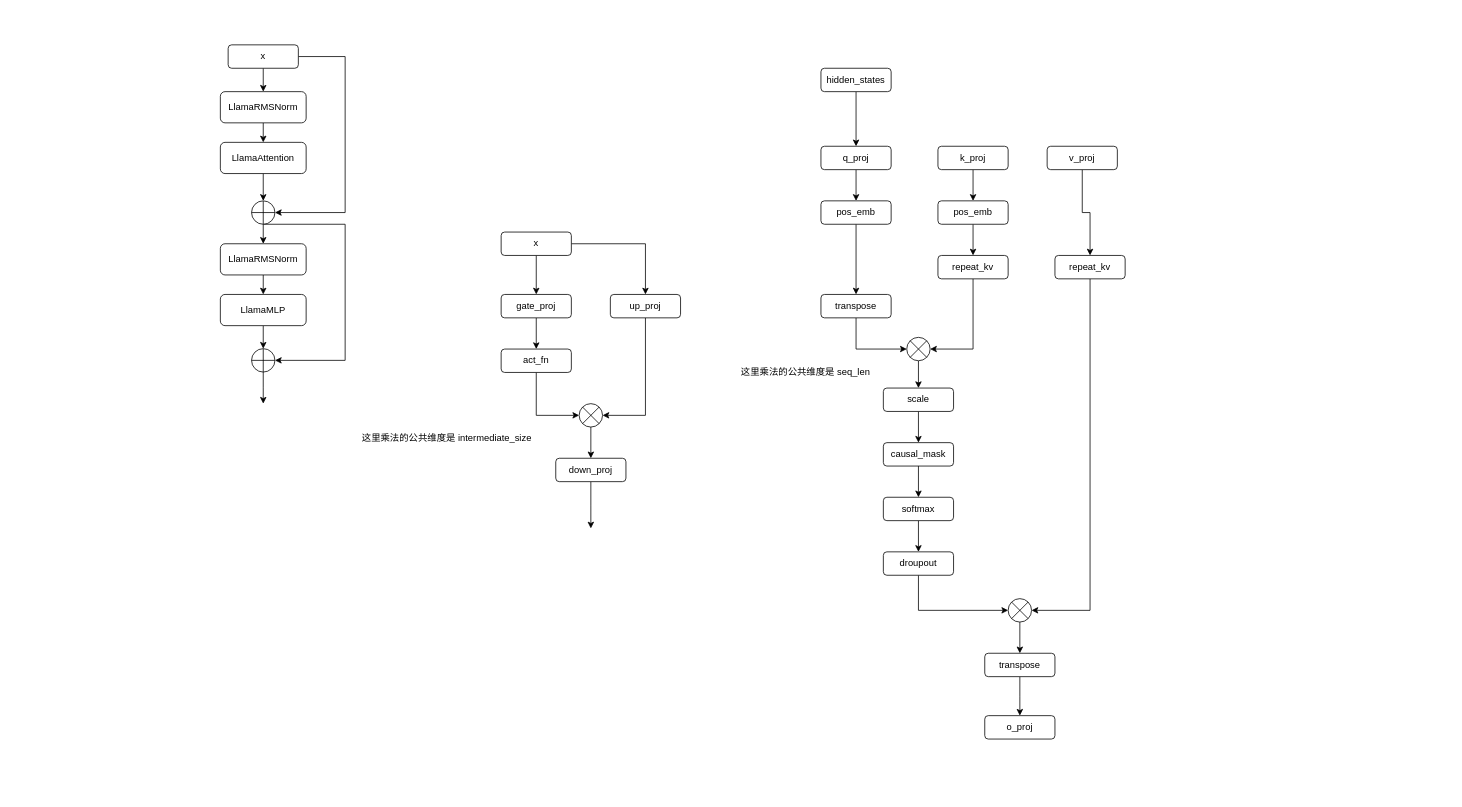
wanakiki/transformers keeps this draw.io diagram as page "第 1 页" (1 of 2) of src/transformers/models/llama/llama-arch.drawio. Above is the earlier version. Source tidied: cells renumbered, new cells numbered last; positions are measured from the earlier drawing's top-left corner, leaving out a move shared by most shapes. Both pictures are drawn from the tidied source at 78%, with x=0, y=0 at pixel (220, 44).
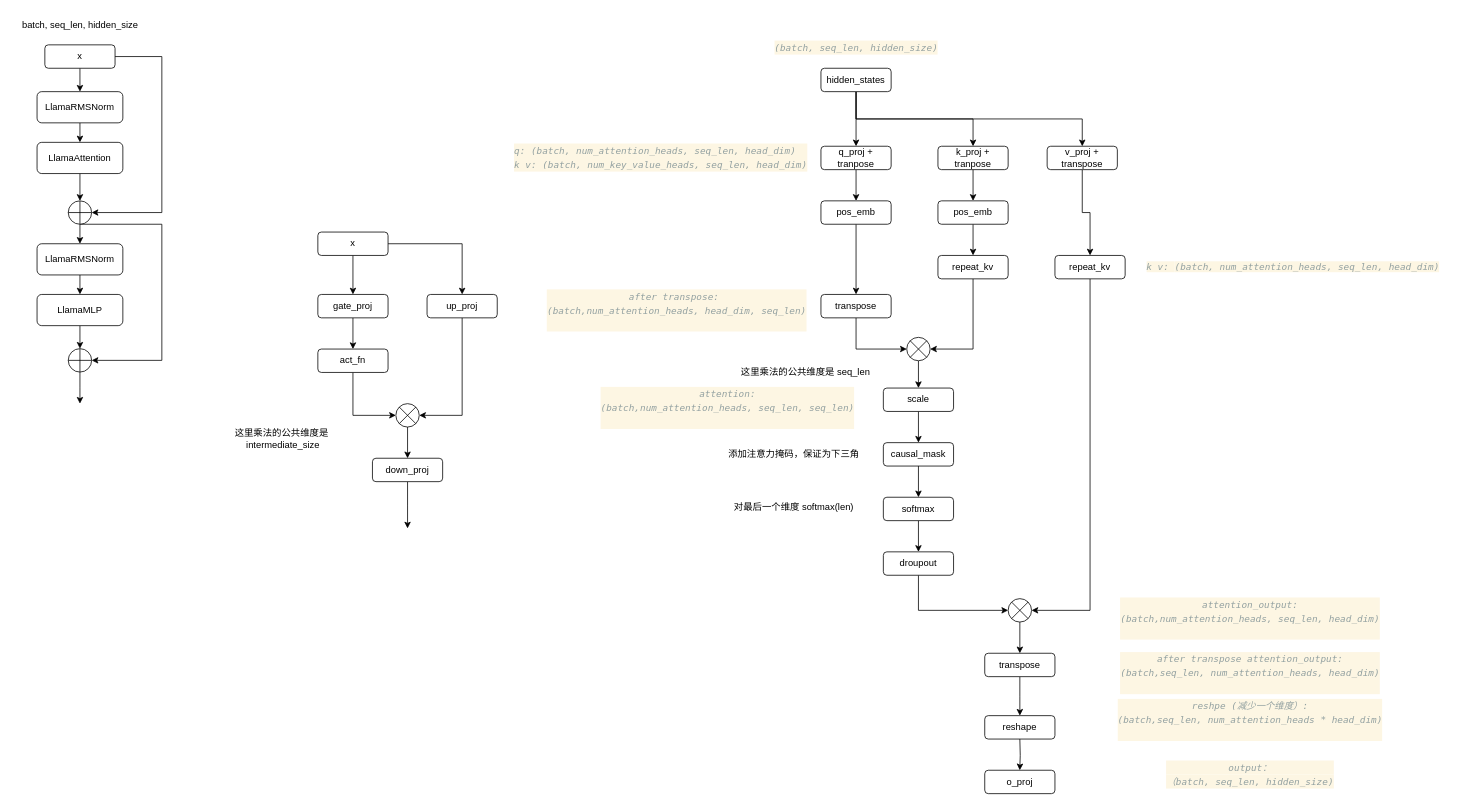
Above is the later version.

The change refers to these unchanged cells:
```xml
<mxCell id="32" value="hidden_states" style="rounded=1;whiteSpace=wrap;html=1;" parent="1" vertex="1">
  <mxGeometry x="770" y="30" width="90" height="30" as="geometry" />
</mxCell>
```

Change to the diagram source:
```diff
@@
     <mxCell id="3" style="edgeStyle=orthogonalEdgeStyle;rounded=0;jettySize=auto;html=1;exitX=1;exitY=0.5;exitDx=0;exitDy=0;entryX=1;entryY=0.5;entryDx=0;entryDy=0;" parent="1" edge="1" source="4" target="15">
       <mxGeometry relative="1" as="geometry">
         <Array as="points">
-          <mxPoint x="160" y="15" />
-          <mxPoint x="160" y="215" />
+          <mxPoint x="-75" y="15" />
+          <mxPoint x="-75" y="215" />
         </Array>
       </mxGeometry>
     </mxCell>
     <mxCell id="4" value="x" style="rounded=1;whiteSpace=wrap;html=1;" parent="1" vertex="1">
-      <mxGeometry x="10" width="90" height="30" as="geometry" />
+      <mxGeometry x="-225" width="90" height="30" as="geometry" />
     </mxCell>
@@
     <mxCell id="6" value="LlamaRMSNorm" style="rounded=1;whiteSpace=wrap;html=1;" parent="1" vertex="1">
-      <mxGeometry y="60" width="110" height="40" as="geometry" />
+      <mxGeometry x="-235" y="60" width="110" height="40" as="geometry" />
     </mxCell>
@@
     <mxCell id="8" value="LlamaAttention" style="rounded=1;whiteSpace=wrap;html=1;" parent="1" vertex="1">
-      <mxGeometry y="125" width="110" height="40" as="geometry" />
+      <mxGeometry x="-235" y="125" width="110" height="40" as="geometry" />
     </mxCell>
@@
     <mxCell id="10" value="LlamaMLP" style="rounded=1;whiteSpace=wrap;html=1;" parent="1" vertex="1">
-      <mxGeometry y="320" width="110" height="40" as="geometry" />
+      <mxGeometry x="-235" y="320" width="110" height="40" as="geometry" />
     </mxCell>
@@
     <mxCell id="12" value="LlamaRMSNorm" style="rounded=1;whiteSpace=wrap;html=1;" parent="1" vertex="1">
-      <mxGeometry y="255" width="110" height="40" as="geometry" />
+      <mxGeometry x="-235" y="255" width="110" height="40" as="geometry" />
     </mxCell>
@@
     <mxCell id="14" style="edgeStyle=orthogonalEdgeStyle;rounded=0;jettySize=auto;html=1;exitX=0.5;exitY=1;exitDx=0;exitDy=0;entryX=1;entryY=0.5;entryDx=0;entryDy=0;" parent="1" edge="1" source="15" target="17">
       <mxGeometry relative="1" as="geometry">
         <Array as="points">
-          <mxPoint x="160" y="230" />
-          <mxPoint x="160" y="405" />
+          <mxPoint x="-75" y="230" />
+          <mxPoint x="-75" y="405" />
         </Array>
       </mxGeometry>
     </mxCell>
     <mxCell id="15" style="shape=orEllipse;perimeter=ellipsePerimeter;whiteSpace=wrap;html=1;backgroundOutline=1;" parent="1" vertex="1">
-      <mxGeometry x="40" y="200" width="30" height="30" as="geometry" />
+      <mxGeometry x="-195" y="200" width="30" height="30" as="geometry" />
     </mxCell>
     <mxCell id="16" style="edgeStyle=orthogonalEdgeStyle;rounded=0;jettySize=auto;html=1;exitX=0.5;exitY=1;exitDx=0;exitDy=0;" parent="1" edge="1" source="17">
       <mxGeometry relative="1" as="geometry">
-        <mxPoint x="55" y="460" as="targetPoint" />
+        <mxPoint x="-180" y="460" as="targetPoint" />
       </mxGeometry>
     </mxCell>
     <mxCell id="17" style="shape=orEllipse;perimeter=ellipsePerimeter;whiteSpace=wrap;html=1;backgroundOutline=1;" parent="1" vertex="1">
-      <mxGeometry x="40" y="389.5" width="30" height="30" as="geometry" />
+      <mxGeometry x="-195" y="389.5" width="30" height="30" as="geometry" />
     </mxCell>
@@
     <mxCell id="20" value="x" style="rounded=1;whiteSpace=wrap;html=1;" parent="1" vertex="1">
-      <mxGeometry x="360" y="240" width="90" height="30" as="geometry" />
+      <mxGeometry x="125" y="240" width="90" height="30" as="geometry" />
     </mxCell>
@@
     <mxCell id="22" value="gate_proj" style="rounded=1;whiteSpace=wrap;html=1;" parent="1" vertex="1">
-      <mxGeometry x="360" y="320" width="90" height="30" as="geometry" />
+      <mxGeometry x="125" y="320" width="90" height="30" as="geometry" />
     </mxCell>
@@
     <mxCell id="24" value="up_proj" style="rounded=1;whiteSpace=wrap;html=1;" parent="1" vertex="1">
-      <mxGeometry x="500" y="320" width="90" height="30" as="geometry" />
+      <mxGeometry x="265" y="320" width="90" height="30" as="geometry" />
     </mxCell>
@@
     <mxCell id="26" value="act_fn" style="rounded=1;whiteSpace=wrap;html=1;" parent="1" vertex="1">
-      <mxGeometry x="360" y="390" width="90" height="30" as="geometry" />
+      <mxGeometry x="125" y="390" width="90" height="30" as="geometry" />
     </mxCell>
@@
     <mxCell id="28" style="shape=sumEllipse;perimeter=ellipsePerimeter;whiteSpace=wrap;html=1;backgroundOutline=1;" parent="1" vertex="1">
-      <mxGeometry x="460" y="460" width="30" height="30" as="geometry" />
+      <mxGeometry x="225" y="460" width="30" height="30" as="geometry" />
     </mxCell>
     <mxCell id="29" style="edgeStyle=orthogonalEdgeStyle;rounded=0;jettySize=auto;html=1;exitX=0.5;exitY=1;exitDx=0;exitDy=0;" parent="1" edge="1" source="30">
       <mxGeometry relative="1" as="geometry">
-        <mxPoint x="475" y="620" as="targetPoint" />
+        <mxPoint x="240" y="620" as="targetPoint" />
       </mxGeometry>
     </mxCell>
     <mxCell id="30" value="down_proj" style="rounded=1;whiteSpace=wrap;html=1;" parent="1" vertex="1">
-      <mxGeometry x="430" y="530" width="90" height="30" as="geometry" />
+      <mxGeometry x="195" y="530" width="90" height="30" as="geometry" />
     </mxCell>
@@
+    <mxCell id="66" style="edgeStyle=orthogonalEdgeStyle;rounded=0;jettySize=auto;html=1;exitX=0.5;exitY=1;exitDx=0;exitDy=0;entryX=0.5;entryY=0;entryDx=0;entryDy=0;" parent="1" edge="1" source="32" target="36">
+      <mxGeometry relative="1" as="geometry" />
+    </mxCell>
+    <mxCell id="67" style="edgeStyle=orthogonalEdgeStyle;rounded=0;jettySize=auto;html=1;exitX=0.5;exitY=1;exitDx=0;exitDy=0;entryX=0.5;entryY=0;entryDx=0;entryDy=0;" parent="1" edge="1" source="32" target="38">
+      <mxGeometry relative="1" as="geometry" />
+    </mxCell>
@@
-    <mxCell id="34" value="q_proj" style="rounded=1;whiteSpace=wrap;html=1;" parent="1" vertex="1">
+    <mxCell id="34" value="q_proj + tranpose" style="rounded=1;whiteSpace=wrap;html=1;" parent="1" vertex="1">
       <mxGeometry x="770" y="130" width="90" height="30" as="geometry" />
     </mxCell>
@@
-    <mxCell id="36" value="k_proj" style="rounded=1;whiteSpace=wrap;html=1;" parent="1" vertex="1">
+    <mxCell id="36" value="k_proj + tranpose" style="rounded=1;whiteSpace=wrap;html=1;" parent="1" vertex="1">
       <mxGeometry x="920" y="130" width="90" height="30" as="geometry" />
     </mxCell>
@@
-    <mxCell id="38" value="v_proj" style="rounded=1;whiteSpace=wrap;html=1;" parent="1" vertex="1">
+    <mxCell id="38" value="v_proj + transpose" style="rounded=1;whiteSpace=wrap;html=1;" parent="1" vertex="1">
       <mxGeometry x="1060" y="130" width="90" height="30" as="geometry" />
     </mxCell>
@@
-    <mxCell id="64" value="这里乘法的公共维度是 intermediate_size" style="text;html=1;align=center;verticalAlign=middle;strokeColor=none;fillColor=none;" parent="1" vertex="1">
-      <mxGeometry x="170" y="490" width="240" height="30" as="geometry" />
+    <mxCell id="64" value="这里乘法的公共维度是&amp;nbsp;&lt;div&gt;intermediate_size&lt;/div&gt;" style="text;html=1;align=center;verticalAlign=middle;strokeColor=none;fillColor=none;" parent="1" vertex="1">
+      <mxGeometry x="5" y="485" width="150" height="40" as="geometry" />
     </mxCell>
+    <mxCell id="68" style="edgeStyle=orthogonalEdgeStyle;rounded=0;orthogonalLoop=1;jettySize=auto;html=1;" parent="1" edge="1">
+      <mxGeometry relative="1" as="geometry">
+        <mxPoint x="1025" y="890" as="sourcePoint" />
+        <mxPoint x="1024.9" y="930" as="targetPoint" />
+      </mxGeometry>
+    </mxCell>
+    <mxCell id="69" value="batch, seq_len, hidden_size" style="text;html=1;align=center;verticalAlign=middle;strokeColor=none;fillColor=none;" parent="1" vertex="1">
+      <mxGeometry x="-265" y="-40" width="170" height="30" as="geometry" />
+    </mxCell>
+    <mxCell id="70" value="&lt;div style=&quot;color: rgb(101, 123, 131); background-color: rgb(253, 246, 227); font-family: Menlo, Monaco, &amp;quot;Courier New&amp;quot;, monospace; line-height: 18px; white-space-collapse: preserve;&quot;&gt;&lt;span style=&quot;color: #93a1a1;font-style: italic;&quot;&gt;(batch, seq_len, hidden_size)&lt;/span&gt;&lt;/div&gt;" style="text;html=1;align=center;verticalAlign=middle;strokeColor=none;fillColor=none;" parent="1" vertex="1">
+      <mxGeometry x="700" y="-12" width="230" height="30" as="geometry" />
+    </mxCell>
+    <mxCell id="71" value="&lt;div style=&quot;color: #657b83;background-color: #fdf6e3;font-family: Menlo, Monaco, 'Courier New', monospace;font-weight: normal;font-size: 12px;line-height: 18px;white-space: pre;&quot;&gt;&lt;div&gt;&lt;span style=&quot;color: #93a1a1;font-style: italic;&quot;&gt;q: (batch, num_attention_heads, seq_len, head_dim)&lt;/span&gt;&lt;/div&gt;&lt;div&gt;&lt;span style=&quot;color: #93a1a1;font-style: italic;&quot;&gt;k v: &lt;/span&gt;&lt;span style=&quot;color: rgb(147, 161, 161); font-style: italic;&quot;&gt;(batch, num_key_value_heads, seq_len, head_dim)&lt;/span&gt;&lt;/div&gt;&lt;/div&gt;" style="text;whiteSpace=wrap;html=1;" parent="1" vertex="1">
+      <mxGeometry x="375" y="120" width="370" height="40" as="geometry" />
+    </mxCell>
+    <mxCell id="72" value="&lt;span style=&quot;font-family: Menlo, Monaco, &amp;quot;Courier New&amp;quot;, monospace; text-align: left; white-space-collapse: preserve; background-color: rgb(253, 246, 227); color: rgb(147, 161, 161); font-style: italic;&quot;&gt;k v: &lt;/span&gt;&lt;span style=&quot;font-family: Menlo, Monaco, &amp;quot;Courier New&amp;quot;, monospace; text-align: left; white-space-collapse: preserve; background-color: rgb(253, 246, 227); color: rgb(147, 161, 161); font-style: italic;&quot;&gt;(batch, num_attention_heads, seq_len, head_dim)&lt;/span&gt;" style="text;html=1;align=center;verticalAlign=middle;strokeColor=none;fillColor=none;" parent="1" vertex="1">
+      <mxGeometry x="1175" y="270" width="400" height="30" as="geometry" />
+    </mxCell>
+    <mxCell id="73" value="&lt;div style=&quot;color: rgb(101, 123, 131); background-color: rgb(253, 246, 227); font-family: Menlo, Monaco, &amp;quot;Courier New&amp;quot;, monospace; line-height: 18px; white-space-collapse: preserve;&quot;&gt;&lt;div&gt;&lt;span style=&quot;color: #93a1a1;font-style: italic;&quot;&gt;after transpose: &lt;/span&gt;&lt;/div&gt;&lt;div&gt;&lt;span style=&quot;color: #93a1a1;font-style: italic;&quot;&gt;(batch,num_attention_heads, head_dim, seq_len)&lt;/span&gt;&lt;/div&gt;&lt;div&gt;    &lt;/div&gt;&lt;/div&gt;" style="text;html=1;align=center;verticalAlign=middle;strokeColor=none;fillColor=none;" parent="1" vertex="1">
+      <mxGeometry x="405" y="305" width="360" height="70" as="geometry" />
+    </mxCell>
+    <mxCell id="74" value="&lt;div style=&quot;color: rgb(101, 123, 131); background-color: rgb(253, 246, 227); font-family: Menlo, Monaco, &amp;quot;Courier New&amp;quot;, monospace; line-height: 18px; white-space-collapse: preserve;&quot;&gt;&lt;div&gt;&lt;span style=&quot;color: rgb(147, 161, 161); font-style: italic;&quot;&gt;attention:&lt;/span&gt;&lt;/div&gt;&lt;div&gt;&lt;span style=&quot;color: rgb(147, 161, 161); font-style: italic;&quot;&gt;(batch,num_attention_heads, seq_len, seq_len)&lt;/span&gt;&lt;/div&gt;&lt;div&gt;    &lt;/div&gt;&lt;/div&gt;" style="text;html=1;align=center;verticalAlign=middle;strokeColor=none;fillColor=none;" parent="1" vertex="1">
+      <mxGeometry x="475" y="430" width="350" height="70" as="geometry" />
+    </mxCell>
+    <mxCell id="75" value="对最后一个维度 softmax(len)" style="text;html=1;align=center;verticalAlign=middle;strokeColor=none;fillColor=none;" parent="1" vertex="1">
+      <mxGeometry x="645" y="578" width="180" height="30" as="geometry" />
+    </mxCell>
+    <mxCell id="76" value="&lt;div style=&quot;color: rgb(101, 123, 131); background-color: rgb(253, 246, 227); font-family: Menlo, Monaco, &amp;quot;Courier New&amp;quot;, monospace; line-height: 18px; white-space-collapse: preserve;&quot;&gt;&lt;div&gt;&lt;span style=&quot;color: rgb(147, 161, 161); font-style: italic;&quot;&gt;attention_output:&lt;/span&gt;&lt;/div&gt;&lt;div&gt;&lt;span style=&quot;color: rgb(147, 161, 161); font-style: italic;&quot;&gt;(batch,num_attention_heads, seq_len, head_dim)&lt;/span&gt;&lt;/div&gt;&lt;div&gt;    &lt;/div&gt;&lt;/div&gt;" style="text;html=1;align=center;verticalAlign=middle;strokeColor=none;fillColor=none;" parent="1" vertex="1">
+      <mxGeometry x="1140" y="700" width="360" height="70" as="geometry" />
+    </mxCell>
+    <mxCell id="77" value="&lt;div style=&quot;color: rgb(101, 123, 131); background-color: rgb(253, 246, 227); font-family: Menlo, Monaco, &amp;quot;Courier New&amp;quot;, monospace; line-height: 18px; white-space-collapse: preserve;&quot;&gt;&lt;div&gt;&lt;span style=&quot;color: rgb(147, 161, 161); font-style: italic;&quot;&gt;after transpose attention_output:&lt;/span&gt;&lt;/div&gt;&lt;div&gt;&lt;span style=&quot;color: rgb(147, 161, 161); font-style: italic;&quot;&gt;(batch,seq_len, num_attention_heads, head_dim)&lt;/span&gt;&lt;/div&gt;&lt;div&gt;    &lt;/div&gt;&lt;/div&gt;" style="text;html=1;align=center;verticalAlign=middle;strokeColor=none;fillColor=none;" parent="1" vertex="1">
+      <mxGeometry x="1140" y="770" width="360" height="70" as="geometry" />
+    </mxCell>
     <mxCell id="65" value="o_proj" style="rounded=1;whiteSpace=wrap;html=1;" parent="1" vertex="1">
-      <mxGeometry x="980" y="860" width="90" height="30" as="geometry" />
+      <mxGeometry x="980" y="930" width="90" height="30" as="geometry" />
     </mxCell>
+    <mxCell id="78" value="reshape" style="rounded=1;whiteSpace=wrap;html=1;" parent="1" vertex="1">
+      <mxGeometry x="980" y="860" width="90" height="30" as="geometry" />
+    </mxCell>
+    <mxCell id="79" value="&lt;div style=&quot;color: rgb(101, 123, 131); background-color: rgb(253, 246, 227); font-family: Menlo, Monaco, &amp;quot;Courier New&amp;quot;, monospace; line-height: 18px; white-space-collapse: preserve;&quot;&gt;&lt;div&gt;&lt;span style=&quot;color: rgb(147, 161, 161); font-style: italic;&quot;&gt;reshpe (减少一个维度）:&lt;/span&gt;&lt;/div&gt;&lt;div&gt;&lt;span style=&quot;color: rgb(147, 161, 161); font-style: italic;&quot;&gt;(batch,seq_len, num_attention_heads * head_dim)&lt;/span&gt;&lt;/div&gt;&lt;div&gt;    &lt;/div&gt;&lt;/div&gt;" style="text;html=1;align=center;verticalAlign=middle;strokeColor=none;fillColor=none;" parent="1" vertex="1">
+      <mxGeometry x="1140" y="830" width="360" height="70" as="geometry" />
+    </mxCell>
+    <mxCell id="80" value="&lt;div style=&quot;background-color: rgb(253, 246, 227); font-family: Menlo, Monaco, &amp;quot;Courier New&amp;quot;, monospace; line-height: 18px; white-space-collapse: preserve; color: rgb(101, 123, 131);&quot;&gt;&lt;font color=&quot;#93a1a1&quot;&gt;&lt;i&gt;output：&lt;/i&gt;&lt;/font&gt;&lt;/div&gt;&lt;div style=&quot;background-color: rgb(253, 246, 227); font-family: Menlo, Monaco, &amp;quot;Courier New&amp;quot;, monospace; line-height: 18px; white-space-collapse: preserve; color: rgb(101, 123, 131);&quot;&gt;&lt;font color=&quot;#93a1a1&quot;&gt;&lt;i&gt;（batch, seq_len, hidden_size)&lt;/i&gt;&lt;/font&gt;&lt;/div&gt;" style="text;html=1;align=center;verticalAlign=middle;strokeColor=none;fillColor=none;" parent="1" vertex="1">
+      <mxGeometry x="1200" y="910" width="240" height="50" as="geometry" />
+    </mxCell>
+    <mxCell id="81" value="添加注意力掩码，保证为下三角" style="text;html=1;align=center;verticalAlign=middle;strokeColor=none;fillColor=none;" parent="1" vertex="1">
+      <mxGeometry x="640" y="510" width="190" height="30" as="geometry" />
+    </mxCell>
```
